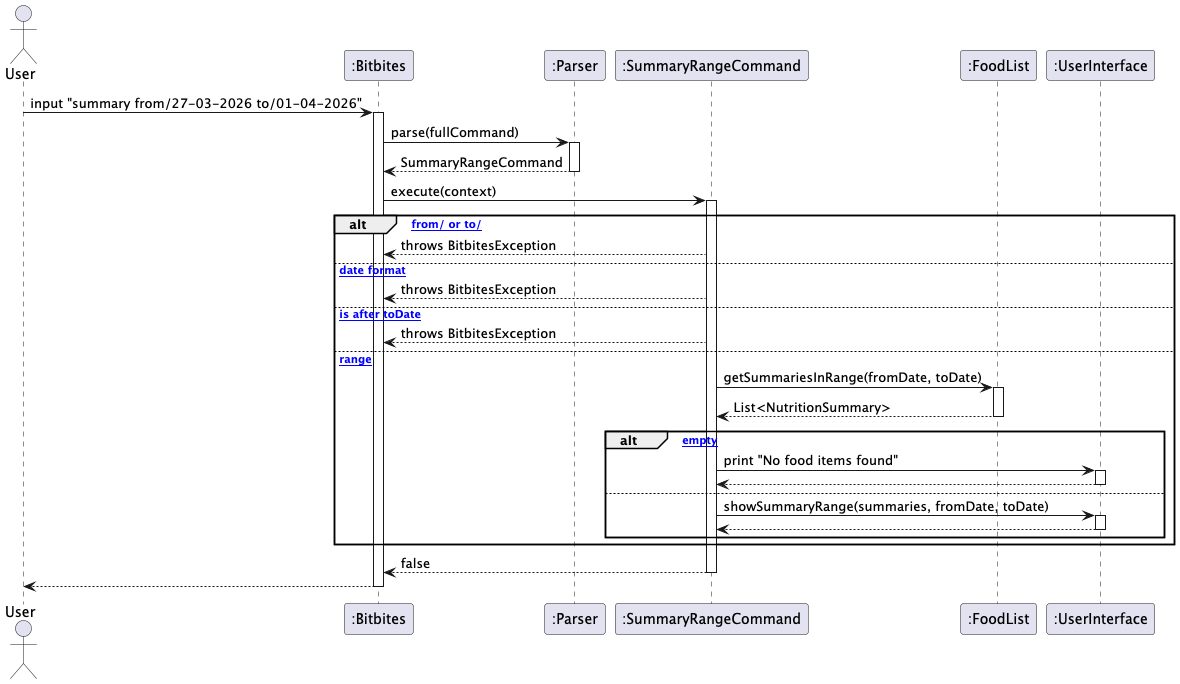
bryanyeo3125/tp keeps this PlantUML diagram as docs/uml/summary_range.png. Above is the earlier version.
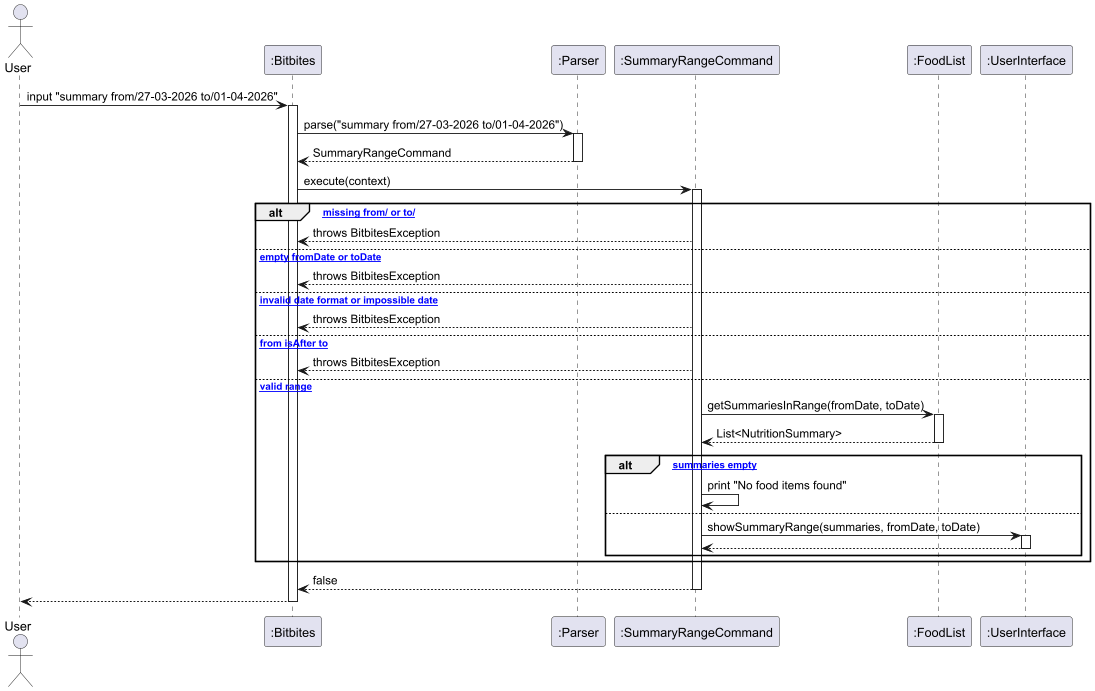
After the commit.

Change to the diagram source:
```diff
@@ -9,7 +9,7 @@
 User -> Bitbites : input "summary from/27-03-2026 to/01-04-2026"
 activate Bitbites
 
-Bitbites -> Parser : parse(fullCommand)
+Bitbites -> Parser : parse("summary from/27-03-2026 to/01-04-2026")
 activate Parser
 Parser --> Bitbites : SummaryRangeCommand
 deactivate Parser
@@ -17,23 +17,22 @@
 Bitbites -> SummaryRangeCommand : execute(context)
 activate SummaryRangeCommand
 
-alt [missing from/ or to/]
+alt [* missing from/ or to/]
   SummaryRangeCommand --> Bitbites : throws BitbitesException
-else [invalid date format]
+else [* empty fromDate or toDate]
   SummaryRangeCommand --> Bitbites : throws BitbitesException
-else [fromDate is after toDate]
+else [* invalid date format or impossible date]
   SummaryRangeCommand --> Bitbites : throws BitbitesException
-else [valid range]
+else [* from isAfter to]
+  SummaryRangeCommand --> Bitbites : throws BitbitesException
+else [* valid range]
   SummaryRangeCommand -> FoodList : getSummariesInRange(fromDate, toDate)
   activate FoodList
   FoodList --> SummaryRangeCommand : List<NutritionSummary>
   deactivate FoodList
 
-  alt [summaries empty]
-    SummaryRangeCommand -> UI : print "No food items found"
-    activate UI
-    UI --> SummaryRangeCommand
-    deactivate UI
+  alt [* summaries empty]
+    SummaryRangeCommand -> SummaryRangeCommand : print "No food items found"
   else
     SummaryRangeCommand -> UI : showSummaryRange(summaries, fromDate, toDate)
     activate UI
```
